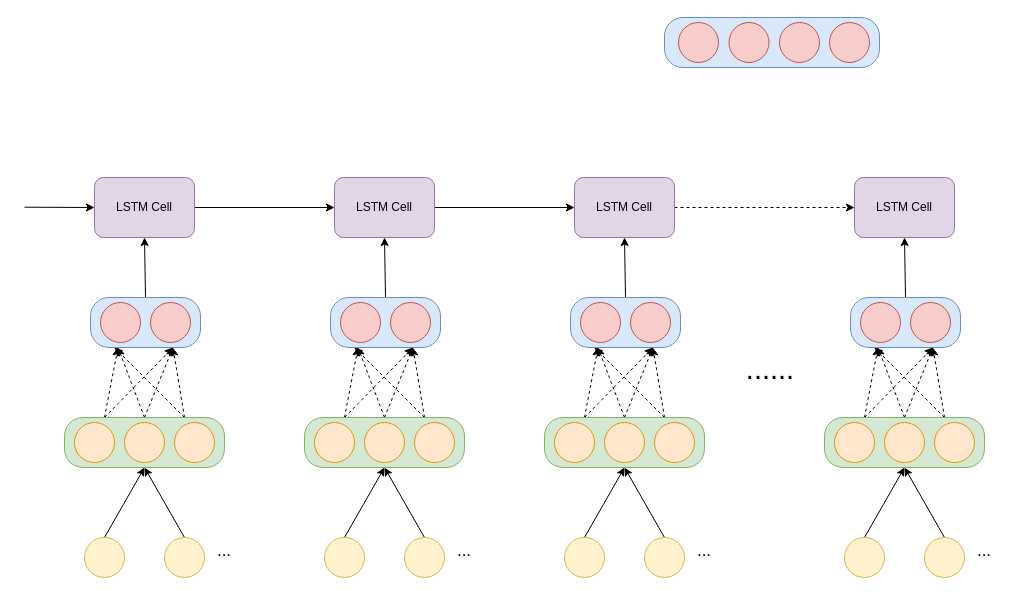
Above: 专利图2.drawio in qq547276542/draw.io (draw.io), before the change. Source tidied: cells renumbered, new cells numbered last; positions are measured from the earlier drawing's top-left corner, leaving out a move shared by most shapes. Both pictures are drawn from the tidied source at 100%, with x=0, y=0 at pixel (24, 17).
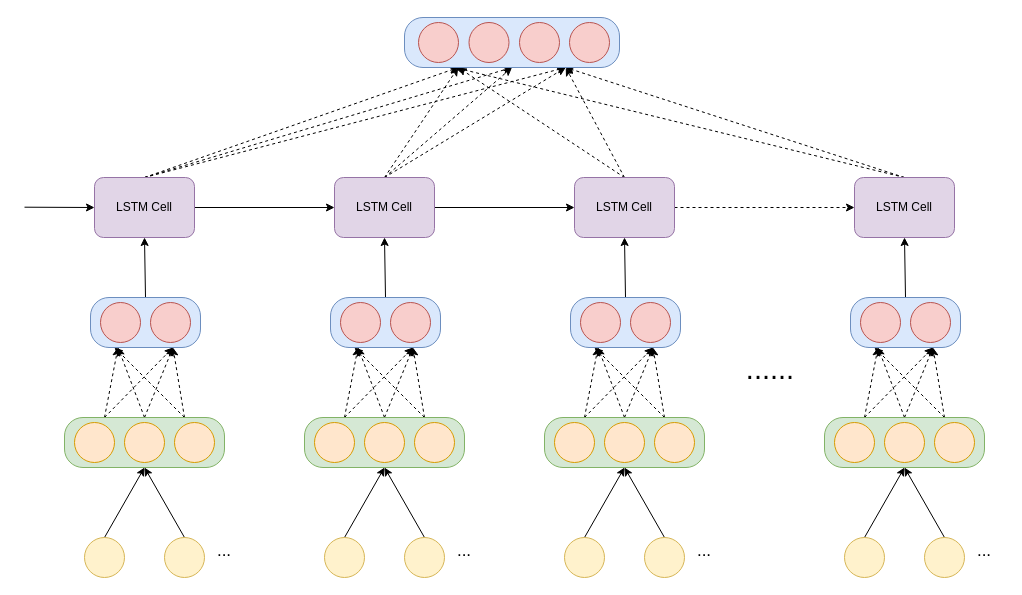
The same diagram, later.

Unchanged cells that the change refers to:
```xml
<mxCell id="23" value="LSTM Cell" style="rounded=1;whiteSpace=wrap;html=1;fillColor=#e1d5e7;strokeColor=#9673a6;" parent="1" vertex="1">
  <mxGeometry x="70" y="160" width="100" height="60" as="geometry" />
</mxCell>
<mxCell id="44" value="LSTM Cell" style="rounded=1;whiteSpace=wrap;html=1;fillColor=#e1d5e7;strokeColor=#9673a6;" parent="1" vertex="1">
  <mxGeometry x="310" y="160" width="100" height="60" as="geometry" />
</mxCell>
<mxCell id="65" value="LSTM Cell" style="rounded=1;whiteSpace=wrap;html=1;fillColor=#e1d5e7;strokeColor=#9673a6;" parent="1" vertex="1">
  <mxGeometry x="550" y="160" width="100" height="60" as="geometry" />
</mxCell>
<mxCell id="85" value="LSTM Cell" style="rounded=1;whiteSpace=wrap;html=1;fillColor=#e1d5e7;strokeColor=#9673a6;" parent="1" vertex="1">
  <mxGeometry x="830" y="160" width="100" height="60" as="geometry" />
</mxCell>
```

Diff of the diagram source:
```diff
@@
+    <mxCell id="92" style="edgeStyle=none;rounded=0;jettySize=auto;html=1;exitX=0.5;exitY=0;exitDx=0;exitDy=0;startArrow=none;startFill=0;endArrow=classic;endFill=1;dashed=1;entryX=0.25;entryY=1;entryDx=0;entryDy=0;" parent="1" edge="1" source="23" target="87">
+      <mxGeometry relative="1" as="geometry" />
+    </mxCell>
+    <mxCell id="93" style="edgeStyle=none;rounded=0;jettySize=auto;html=1;exitX=0.5;exitY=0;exitDx=0;exitDy=0;entryX=0.5;entryY=1;entryDx=0;entryDy=0;dashed=1;startArrow=none;startFill=0;endArrow=classic;endFill=1;" parent="1" edge="1" source="23" target="87">
+      <mxGeometry relative="1" as="geometry" />
+    </mxCell>
+    <mxCell id="94" style="edgeStyle=none;rounded=0;jettySize=auto;html=1;exitX=0.5;exitY=0;exitDx=0;exitDy=0;entryX=0.75;entryY=1;entryDx=0;entryDy=0;dashed=1;startArrow=none;startFill=0;endArrow=classic;endFill=1;" parent="1" edge="1" source="23" target="87">
+      <mxGeometry relative="1" as="geometry" />
+    </mxCell>
@@
+    <mxCell id="95" style="edgeStyle=none;rounded=0;jettySize=auto;html=1;exitX=0.5;exitY=0;exitDx=0;exitDy=0;entryX=0.25;entryY=1;entryDx=0;entryDy=0;dashed=1;startArrow=none;startFill=0;endArrow=classic;endFill=1;" parent="1" edge="1" source="44" target="87">
+      <mxGeometry relative="1" as="geometry" />
+    </mxCell>
+    <mxCell id="96" style="edgeStyle=none;rounded=0;jettySize=auto;html=1;exitX=0.5;exitY=0;exitDx=0;exitDy=0;entryX=0.5;entryY=1;entryDx=0;entryDy=0;dashed=1;startArrow=none;startFill=0;endArrow=classic;endFill=1;" parent="1" edge="1" source="44" target="87">
+      <mxGeometry relative="1" as="geometry" />
+    </mxCell>
+    <mxCell id="97" style="edgeStyle=none;rounded=0;jettySize=auto;html=1;exitX=0.5;exitY=0;exitDx=0;exitDy=0;entryX=0.75;entryY=1;entryDx=0;entryDy=0;dashed=1;startArrow=none;startFill=0;endArrow=classic;endFill=1;" parent="1" edge="1" source="44" target="87">
+      <mxGeometry relative="1" as="geometry" />
+    </mxCell>
@@
+    <mxCell id="98" style="edgeStyle=none;rounded=0;jettySize=auto;html=1;exitX=0.5;exitY=0;exitDx=0;exitDy=0;entryX=0.25;entryY=1;entryDx=0;entryDy=0;dashed=1;startArrow=none;startFill=0;endArrow=classic;endFill=1;" parent="1" edge="1" source="65" target="87">
+      <mxGeometry relative="1" as="geometry" />
+    </mxCell>
+    <mxCell id="99" style="edgeStyle=none;rounded=0;jettySize=auto;html=1;exitX=0.5;exitY=0;exitDx=0;exitDy=0;entryX=0.75;entryY=1;entryDx=0;entryDy=0;dashed=1;startArrow=none;startFill=0;endArrow=classic;endFill=1;" parent="1" edge="1" source="65" target="87">
+      <mxGeometry relative="1" as="geometry" />
+    </mxCell>
@@
+    <mxCell id="100" style="edgeStyle=none;rounded=0;jettySize=auto;html=1;exitX=0.5;exitY=0;exitDx=0;exitDy=0;dashed=1;startArrow=none;startFill=0;endArrow=classic;endFill=1;" parent="1" edge="1" source="85">
+      <mxGeometry relative="1" as="geometry">
+        <mxPoint x="430" y="50" as="targetPoint" />
+      </mxGeometry>
+    </mxCell>
+    <mxCell id="101" style="edgeStyle=none;rounded=0;jettySize=auto;html=1;exitX=0.5;exitY=0;exitDx=0;exitDy=0;entryX=0.75;entryY=1;entryDx=0;entryDy=0;dashed=1;startArrow=none;startFill=0;endArrow=classic;endFill=1;" parent="1" edge="1" source="85" target="87">
+      <mxGeometry relative="1" as="geometry" />
+    </mxCell>
@@
     <mxCell id="87" style="rounded=1;whiteSpace=wrap;html=1;arcSize=37;fillColor=#dae8fc;strokeColor=#6c8ebf;" parent="1" vertex="1">
-      <mxGeometry x="640" width="215" height="50" as="geometry" />
+      <mxGeometry x="380" width="215" height="50" as="geometry" />
     </mxCell>
     <mxCell id="88" style="ellipse;whiteSpace=wrap;html=1;fillColor=#f8cecc;strokeColor=#b85450;" parent="1" vertex="1">
-      <mxGeometry x="755" y="5" width="40" height="40" as="geometry" />
+      <mxGeometry x="495" y="5" width="40" height="40" as="geometry" />
     </mxCell>
     <mxCell id="89" style="ellipse;whiteSpace=wrap;html=1;fillColor=#f8cecc;strokeColor=#b85450;" parent="1" vertex="1">
-      <mxGeometry x="805" y="5" width="40" height="40" as="geometry" />
+      <mxGeometry x="545" y="5" width="40" height="40" as="geometry" />
     </mxCell>
     <mxCell id="90" style="ellipse;whiteSpace=wrap;html=1;fillColor=#f8cecc;strokeColor=#b85450;" parent="1" vertex="1">
-      <mxGeometry x="704.5" y="5" width="40" height="40" as="geometry" />
+      <mxGeometry x="444.5" y="5" width="40" height="40" as="geometry" />
     </mxCell>
     <mxCell id="91" style="ellipse;whiteSpace=wrap;html=1;fillColor=#f8cecc;strokeColor=#b85450;" parent="1" vertex="1">
-      <mxGeometry x="654" y="5" width="40" height="40" as="geometry" />
+      <mxGeometry x="394" y="5" width="40" height="40" as="geometry" />
     </mxCell>
```
